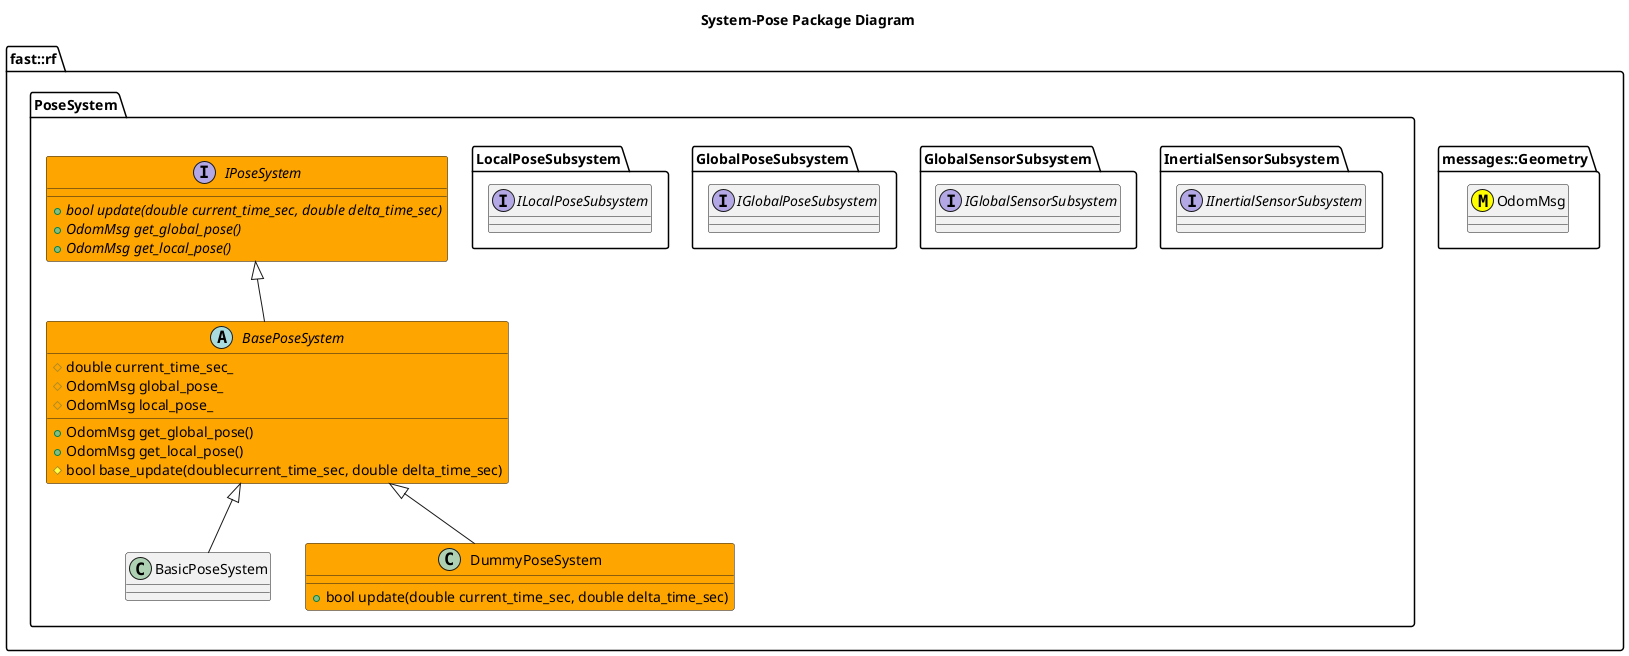
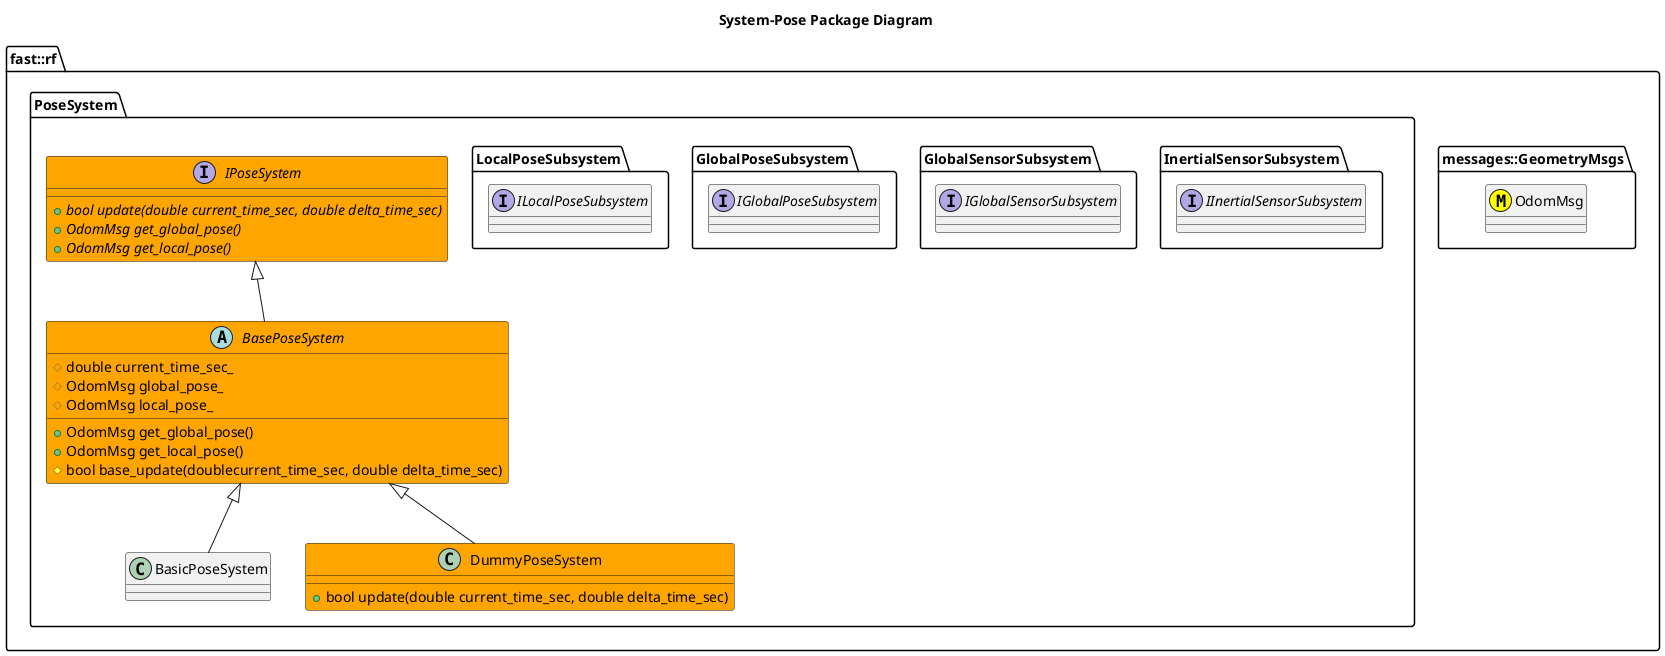
@startuml
title System-Pose Package Diagram

namespace fast::rf {
-   namespace messages::Geometry {
+   namespace messages::GeometryMsgs {
    class OdomMsg <<(M,#FFFF00) >>
  }
  namespace PoseSystem {
    together {
      namespace InertialSensorSubsystem {
        interface IInertialSensorSubsystem

      }
      namespace GlobalSensorSubsystem {
        interface IGlobalSensorSubsystem
      }
      namespace GlobalPoseSubsystem {
        interface IGlobalPoseSubsystem
      }
      namespace LocalPoseSubsystem {
        interface ILocalPoseSubsystem
      }
    }
    interface IPoseSystem #Orange {
      +{abstract} bool update(double current_time_sec, double delta_time_sec)
      +{abstract} OdomMsg get_global_pose()
      +{abstract} OdomMsg get_local_pose()
    }
    abstract BasePoseSystem #Orange {
      +OdomMsg get_global_pose()
      +OdomMsg get_local_pose()
      #bool base_update(doublecurrent_time_sec, double delta_time_sec)
      #double current_time_sec_
      #OdomMsg global_pose_
      #OdomMsg local_pose_
    }
    IPoseSystem <|-- BasePoseSystem
    class BasicPoseSystem {

    }
    BasePoseSystem <|-- BasicPoseSystem
    class DummyPoseSystem #Orange {
      +bool update(double current_time_sec, double delta_time_sec)
    }
    BasePoseSystem <|-- DummyPoseSystem
  }
}
@enduml